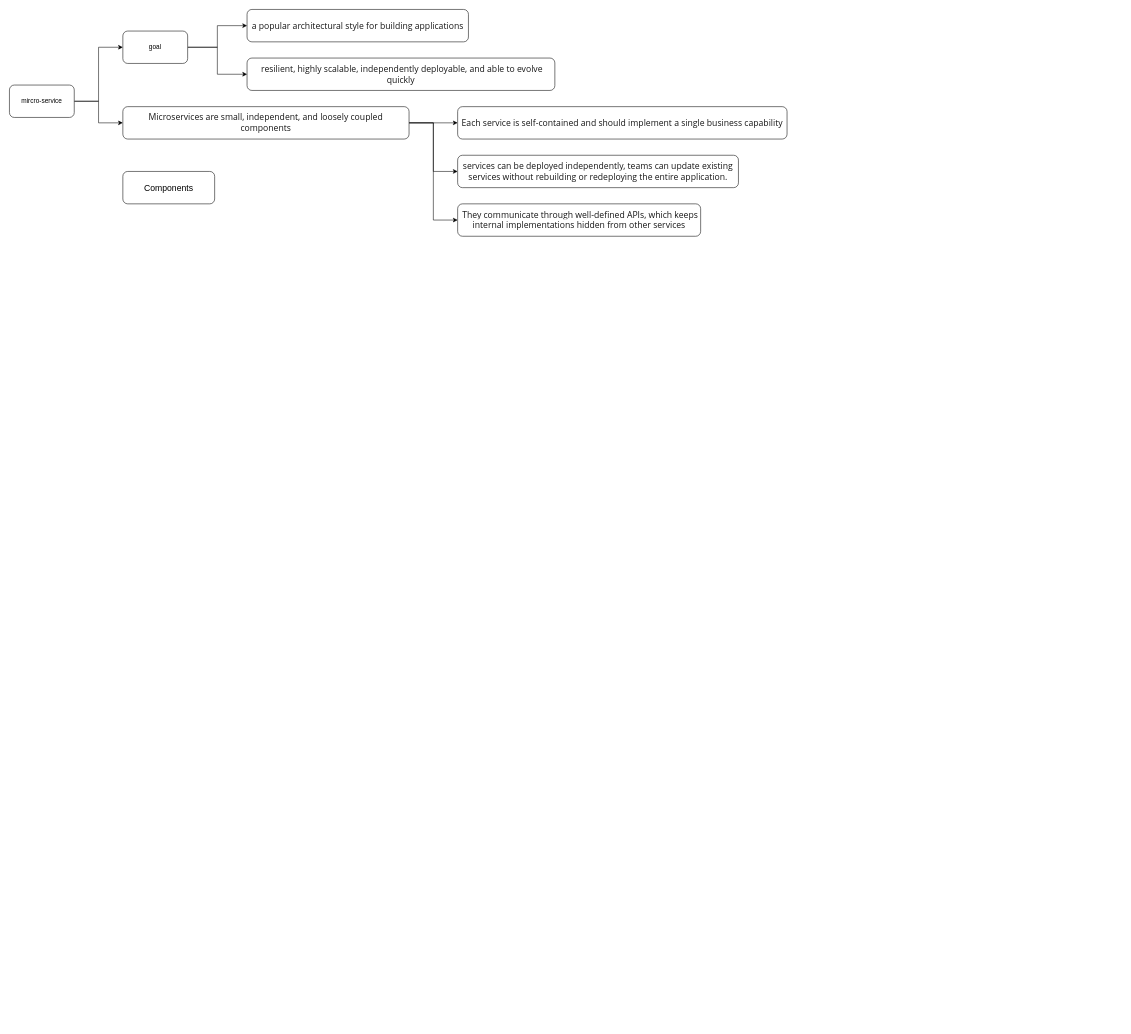
Before: Untitled Diagram.drawio in Yupeng-2001/study-notes, a draw.io diagram. Source tidied: cells renumbered, new cells numbered last; positions are measured from the earlier drawing's top-left corner, leaving out a move shared by most shapes. Both pictures are drawn from the tidied source at 54%, with x=0, y=0 at pixel (9, 9).
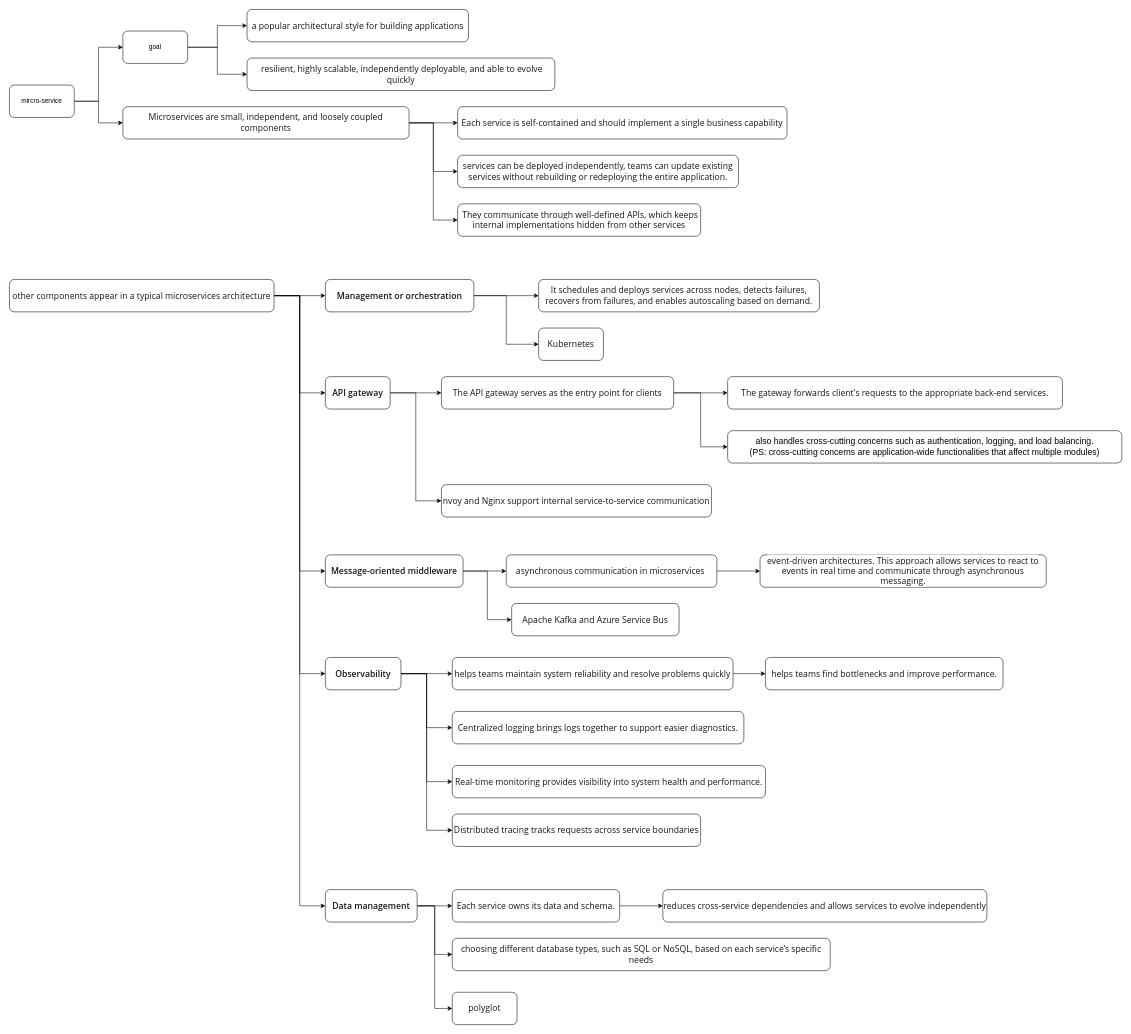
The same page after the edit.

What changed in the source:
```diff
@@
-    <mxCell id="17" value="Components" style="rounded=1;whiteSpace=wrap;html=1;align=center;verticalAlign=middle;fontSize=16;" parent="1" vertex="1">
-      <mxGeometry x="210" y="300" width="170" height="60" as="geometry" />
-    </mxCell>
+    <mxCell id="18" style="edgeStyle=orthogonalEdgeStyle;rounded=0;jettySize=auto;html=1;entryX=0;entryY=0.5;entryDx=0;entryDy=0;" parent="1" edge="1" source="23" target="26">
+      <mxGeometry relative="1" as="geometry" />
+    </mxCell>
+    <mxCell id="19" style="edgeStyle=orthogonalEdgeStyle;rounded=0;jettySize=auto;html=1;entryX=0;entryY=0.5;entryDx=0;entryDy=0;" parent="1" edge="1" source="23" target="30">
+      <mxGeometry relative="1" as="geometry" />
+    </mxCell>
+    <mxCell id="20" style="edgeStyle=orthogonalEdgeStyle;rounded=0;jettySize=auto;html=1;entryX=0;entryY=0.5;entryDx=0;entryDy=0;" parent="1" edge="1" source="23" target="40">
+      <mxGeometry relative="1" as="geometry" />
+    </mxCell>
+    <mxCell id="21" style="edgeStyle=orthogonalEdgeStyle;rounded=0;jettySize=auto;html=1;entryX=0;entryY=0.5;entryDx=0;entryDy=0;" parent="1" edge="1" source="23" target="49">
+      <mxGeometry relative="1" as="geometry" />
+    </mxCell>
+    <mxCell id="22" style="edgeStyle=orthogonalEdgeStyle;rounded=0;jettySize=auto;html=1;entryX=0;entryY=0.5;entryDx=0;entryDy=0;" parent="1" edge="1" source="23" target="59">
+      <mxGeometry relative="1" as="geometry" />
+    </mxCell>
+    <mxCell id="23" value="&lt;span style=&quot;color: rgb(22, 22, 22); font-family: &amp;quot;Segoe UI&amp;quot;, &amp;quot;Segoe UI Variable Text&amp;quot;, -apple-system, BlinkMacSystemFont, &amp;quot;Helvetica Neue&amp;quot;, Helvetica, Arial, sans-serif; font-size: 16px; text-align: start; background-color: rgb(255, 255, 255);&quot;&gt;other components appear in a typical microservices architecture&lt;/span&gt;" style="rounded=1;whiteSpace=wrap;html=1;" parent="1" vertex="1">
+      <mxGeometry y="500" width="490" height="60" as="geometry" />
+    </mxCell>
+    <mxCell id="24" style="edgeStyle=orthogonalEdgeStyle;rounded=0;jettySize=auto;html=1;" parent="1" edge="1" source="26" target="27">
+      <mxGeometry relative="1" as="geometry" />
+    </mxCell>
+    <mxCell id="25" style="edgeStyle=orthogonalEdgeStyle;rounded=0;jettySize=auto;html=1;entryX=0;entryY=0.5;entryDx=0;entryDy=0;" parent="1" edge="1" source="26" target="36">
+      <mxGeometry relative="1" as="geometry" />
+    </mxCell>
+    <mxCell id="26" value="&lt;span style=&quot;box-sizing: inherit; outline-color: inherit; font-weight: 600; color: rgb(22, 22, 22); font-family: &amp;quot;Segoe UI&amp;quot;, &amp;quot;Segoe UI Variable Text&amp;quot;, -apple-system, BlinkMacSystemFont, &amp;quot;Helvetica Neue&amp;quot;, Helvetica, Arial, sans-serif; font-size: 16px; text-align: start; background-color: rgb(255, 255, 255);&quot;&gt;Management or orchestration&lt;/span&gt;" style="rounded=1;whiteSpace=wrap;html=1;" parent="1" vertex="1">
+      <mxGeometry x="585" y="500" width="275" height="60" as="geometry" />
+    </mxCell>
+    <mxCell id="27" value="&lt;span style=&quot;color: rgb(22, 22, 22); font-family: &amp;quot;Segoe UI&amp;quot;, &amp;quot;Segoe UI Variable Text&amp;quot;, -apple-system, BlinkMacSystemFont, &amp;quot;Helvetica Neue&amp;quot;, Helvetica, Arial, sans-serif; font-size: 16px; text-align: start; background-color: rgb(255, 255, 255);&quot;&gt;It schedules and deploys services across nodes, detects failures, recovers from failures, and enables autoscaling based on demand.&lt;/span&gt;" style="rounded=1;whiteSpace=wrap;html=1;" parent="1" vertex="1">
+      <mxGeometry x="980" y="500" width="520" height="60" as="geometry" />
+    </mxCell>
+    <mxCell id="28" style="edgeStyle=orthogonalEdgeStyle;rounded=0;jettySize=auto;html=1;entryX=0;entryY=0.5;entryDx=0;entryDy=0;" parent="1" edge="1" source="30" target="33">
+      <mxGeometry relative="1" as="geometry" />
+    </mxCell>
+    <mxCell id="29" style="edgeStyle=orthogonalEdgeStyle;rounded=0;jettySize=auto;html=1;entryX=0;entryY=0.5;entryDx=0;entryDy=0;" parent="1" edge="1" source="30" target="37">
+      <mxGeometry relative="1" as="geometry" />
+    </mxCell>
+    <mxCell id="30" value="&lt;span style=&quot;box-sizing: inherit; outline-color: inherit; font-weight: 600; color: rgb(22, 22, 22); font-family: &amp;quot;Segoe UI&amp;quot;, &amp;quot;Segoe UI Variable Text&amp;quot;, -apple-system, BlinkMacSystemFont, &amp;quot;Helvetica Neue&amp;quot;, Helvetica, Arial, sans-serif; font-size: 16px; text-align: start; background-color: rgb(255, 255, 255);&quot;&gt;API gateway&lt;/span&gt;" style="rounded=1;whiteSpace=wrap;html=1;" parent="1" vertex="1">
+      <mxGeometry x="585" y="680" width="120" height="60" as="geometry" />
+    </mxCell>
+    <mxCell id="31" style="edgeStyle=orthogonalEdgeStyle;rounded=0;jettySize=auto;html=1;" parent="1" edge="1" source="33" target="34">
+      <mxGeometry relative="1" as="geometry" />
+    </mxCell>
+    <mxCell id="32" style="edgeStyle=orthogonalEdgeStyle;rounded=0;jettySize=auto;html=1;entryX=0;entryY=0.5;entryDx=0;entryDy=0;" parent="1" edge="1" source="33" target="35">
+      <mxGeometry relative="1" as="geometry" />
+    </mxCell>
+    <mxCell id="33" value="&lt;span style=&quot;color: rgb(22, 22, 22); font-family: &amp;quot;Segoe UI&amp;quot;, &amp;quot;Segoe UI Variable Text&amp;quot;, -apple-system, BlinkMacSystemFont, &amp;quot;Helvetica Neue&amp;quot;, Helvetica, Arial, sans-serif; font-size: 16px; text-align: start; background-color: rgb(255, 255, 255);&quot;&gt;The API gateway serves as the entry point for clients&lt;/span&gt;" style="rounded=1;whiteSpace=wrap;html=1;" parent="1" vertex="1">
+      <mxGeometry x="800" y="680" width="430" height="60" as="geometry" />
+    </mxCell>
+    <mxCell id="34" value="&lt;span style=&quot;color: rgb(22, 22, 22); font-family: &amp;quot;Segoe UI&amp;quot;, &amp;quot;Segoe UI Variable Text&amp;quot;, -apple-system, BlinkMacSystemFont, &amp;quot;Helvetica Neue&amp;quot;, Helvetica, Arial, sans-serif; font-size: 16px; text-align: start; background-color: rgb(255, 255, 255);&quot;&gt;The gateway forwards client's requests to the appropriate back-end services.&lt;/span&gt;" style="rounded=1;whiteSpace=wrap;html=1;" parent="1" vertex="1">
+      <mxGeometry x="1330" y="680" width="620" height="60" as="geometry" />
+    </mxCell>
+    <mxCell id="35" value="also handles cross-cutting concerns such as authentication, logging, and load balancing.&lt;br&gt;(PS: cross-cutting concerns are application-wide functionalities that affect multiple modules)" style="rounded=1;whiteSpace=wrap;html=1;fontSize=16;" parent="1" vertex="1">
+      <mxGeometry x="1330" y="780" width="730" height="60" as="geometry" />
+    </mxCell>
+    <mxCell id="36" value="&lt;span style=&quot;color: rgb(22, 22, 22); font-family: &amp;quot;Segoe UI&amp;quot;, &amp;quot;Segoe UI Variable Text&amp;quot;, -apple-system, BlinkMacSystemFont, &amp;quot;Helvetica Neue&amp;quot;, Helvetica, Arial, sans-serif; font-size: 16px; text-align: start; background-color: rgb(255, 255, 255);&quot;&gt;Kubernetes&lt;/span&gt;" style="rounded=1;whiteSpace=wrap;html=1;" parent="1" vertex="1">
+      <mxGeometry x="980" y="590" width="120" height="60" as="geometry" />
+    </mxCell>
+    <mxCell id="37" value="&lt;span style=&quot;color: rgb(22, 22, 22); font-family: &amp;quot;Segoe UI&amp;quot;, &amp;quot;Segoe UI Variable Text&amp;quot;, -apple-system, BlinkMacSystemFont, &amp;quot;Helvetica Neue&amp;quot;, Helvetica, Arial, sans-serif; font-size: 16px; text-align: start; background-color: rgb(255, 255, 255);&quot;&gt;nvoy and Nginx support internal service-to-service communication&lt;/span&gt;" style="rounded=1;whiteSpace=wrap;html=1;" parent="1" vertex="1">
+      <mxGeometry x="800" y="880" width="500" height="60" as="geometry" />
+    </mxCell>
+    <mxCell id="38" style="edgeStyle=orthogonalEdgeStyle;rounded=0;jettySize=auto;html=1;entryX=0;entryY=0.5;entryDx=0;entryDy=0;" parent="1" edge="1" source="40" target="44">
+      <mxGeometry relative="1" as="geometry" />
+    </mxCell>
+    <mxCell id="39" style="edgeStyle=orthogonalEdgeStyle;rounded=0;jettySize=auto;html=1;entryX=0;entryY=0.5;entryDx=0;entryDy=0;" parent="1" edge="1" source="40" target="42">
+      <mxGeometry relative="1" as="geometry" />
+    </mxCell>
+    <mxCell id="40" value="&lt;span style=&quot;box-sizing: inherit; outline-color: inherit; font-weight: 600; color: rgb(22, 22, 22); font-family: &amp;quot;Segoe UI&amp;quot;, &amp;quot;Segoe UI Variable Text&amp;quot;, -apple-system, BlinkMacSystemFont, &amp;quot;Helvetica Neue&amp;quot;, Helvetica, Arial, sans-serif; font-size: 16px; text-align: start; background-color: rgb(255, 255, 255);&quot;&gt;Message-oriented middleware&lt;/span&gt;" style="rounded=1;whiteSpace=wrap;html=1;" parent="1" vertex="1">
+      <mxGeometry x="585" y="1010" width="255" height="60" as="geometry" />
+    </mxCell>
+    <mxCell id="41" value="&lt;span style=&quot;color: rgb(22, 22, 22); font-family: &amp;quot;Segoe UI&amp;quot;, &amp;quot;Segoe UI Variable Text&amp;quot;, -apple-system, BlinkMacSystemFont, &amp;quot;Helvetica Neue&amp;quot;, Helvetica, Arial, sans-serif; font-size: 16px; text-align: start; background-color: rgb(255, 255, 255);&quot;&gt;event-driven architectures. This approach allows services to react to events in real time and communicate through asynchronous messaging.&lt;/span&gt;" style="rounded=1;whiteSpace=wrap;html=1;" parent="1" vertex="1">
+      <mxGeometry x="1390" y="1010" width="530" height="60" as="geometry" />
+    </mxCell>
+    <mxCell id="42" value="&lt;span style=&quot;color: rgb(22, 22, 22); font-family: &amp;quot;Segoe UI&amp;quot;, &amp;quot;Segoe UI Variable Text&amp;quot;, -apple-system, BlinkMacSystemFont, &amp;quot;Helvetica Neue&amp;quot;, Helvetica, Arial, sans-serif; font-size: 16px; text-align: start; background-color: rgb(255, 255, 255);&quot;&gt;Apache Kafka and Azure Service Bus&lt;/span&gt;" style="rounded=1;whiteSpace=wrap;html=1;" parent="1" vertex="1">
+      <mxGeometry x="930" y="1100" width="310" height="60" as="geometry" />
+    </mxCell>
+    <mxCell id="43" style="edgeStyle=orthogonalEdgeStyle;rounded=0;jettySize=auto;html=1;" parent="1" edge="1" source="44" target="41">
+      <mxGeometry relative="1" as="geometry" />
+    </mxCell>
+    <mxCell id="44" value="&lt;span style=&quot;color: rgb(22, 22, 22); font-family: &amp;quot;Segoe UI&amp;quot;, &amp;quot;Segoe UI Variable Text&amp;quot;, -apple-system, BlinkMacSystemFont, &amp;quot;Helvetica Neue&amp;quot;, Helvetica, Arial, sans-serif; font-size: 16px; text-align: start; background-color: rgb(255, 255, 255);&quot;&gt;asynchronous communication in microservices&amp;nbsp;&lt;/span&gt;" style="rounded=1;whiteSpace=wrap;html=1;" parent="1" vertex="1">
+      <mxGeometry x="920" y="1010" width="390" height="60" as="geometry" />
+    </mxCell>
+    <mxCell id="45" style="edgeStyle=orthogonalEdgeStyle;rounded=0;jettySize=auto;html=1;entryX=0;entryY=0.5;entryDx=0;entryDy=0;" parent="1" edge="1" source="49" target="51">
+      <mxGeometry relative="1" as="geometry" />
+    </mxCell>
+    <mxCell id="46" style="edgeStyle=orthogonalEdgeStyle;rounded=0;jettySize=auto;html=1;entryX=0;entryY=0.5;entryDx=0;entryDy=0;" parent="1" edge="1" source="49" target="52">
+      <mxGeometry relative="1" as="geometry" />
+    </mxCell>
+    <mxCell id="47" style="edgeStyle=orthogonalEdgeStyle;rounded=0;jettySize=auto;html=1;entryX=0;entryY=0.5;entryDx=0;entryDy=0;" parent="1" edge="1" source="49" target="53">
+      <mxGeometry relative="1" as="geometry" />
+    </mxCell>
+    <mxCell id="48" style="edgeStyle=orthogonalEdgeStyle;rounded=0;jettySize=auto;html=1;entryX=0;entryY=0.5;entryDx=0;entryDy=0;" parent="1" edge="1" source="49" target="54">
+      <mxGeometry relative="1" as="geometry" />
+    </mxCell>
+    <mxCell id="49" value="&lt;span style=&quot;box-sizing: inherit; outline-color: inherit; font-weight: 600; color: rgb(22, 22, 22); font-family: &amp;quot;Segoe UI&amp;quot;, &amp;quot;Segoe UI Variable Text&amp;quot;, -apple-system, BlinkMacSystemFont, &amp;quot;Helvetica Neue&amp;quot;, Helvetica, Arial, sans-serif; font-size: 16px; text-align: start; background-color: rgb(255, 255, 255);&quot;&gt;Observability&lt;/span&gt;" style="rounded=1;whiteSpace=wrap;html=1;" parent="1" vertex="1">
+      <mxGeometry x="585" y="1200" width="140" height="60" as="geometry" />
+    </mxCell>
+    <mxCell id="50" style="edgeStyle=orthogonalEdgeStyle;rounded=0;jettySize=auto;html=1;" parent="1" edge="1" source="51" target="55">
+      <mxGeometry relative="1" as="geometry" />
+    </mxCell>
+    <mxCell id="51" value="&lt;span style=&quot;color: rgb(22, 22, 22); font-family: &amp;quot;Segoe UI&amp;quot;, &amp;quot;Segoe UI Variable Text&amp;quot;, -apple-system, BlinkMacSystemFont, &amp;quot;Helvetica Neue&amp;quot;, Helvetica, Arial, sans-serif; font-size: 16px; text-align: start; background-color: rgb(255, 255, 255);&quot;&gt;helps teams maintain system reliability and resolve problems quickly&lt;/span&gt;" style="rounded=1;whiteSpace=wrap;html=1;" parent="1" vertex="1">
+      <mxGeometry x="820" y="1200" width="520" height="60" as="geometry" />
+    </mxCell>
+    <mxCell id="52" value="&lt;span style=&quot;color: rgb(22, 22, 22); font-family: &amp;quot;Segoe UI&amp;quot;, &amp;quot;Segoe UI Variable Text&amp;quot;, -apple-system, BlinkMacSystemFont, &amp;quot;Helvetica Neue&amp;quot;, Helvetica, Arial, sans-serif; font-size: 16px; text-align: start; background-color: rgb(255, 255, 255);&quot;&gt;Centralized logging brings logs together to support easier diagnostics.&lt;/span&gt;" style="rounded=1;whiteSpace=wrap;html=1;" parent="1" vertex="1">
+      <mxGeometry x="820" y="1300" width="540" height="60" as="geometry" />
+    </mxCell>
+    <mxCell id="53" value="&lt;span style=&quot;color: rgb(22, 22, 22); font-family: &amp;quot;Segoe UI&amp;quot;, &amp;quot;Segoe UI Variable Text&amp;quot;, -apple-system, BlinkMacSystemFont, &amp;quot;Helvetica Neue&amp;quot;, Helvetica, Arial, sans-serif; font-size: 16px; text-align: start; background-color: rgb(255, 255, 255);&quot;&gt;Real-time monitoring provides visibility into system health and performance.&lt;/span&gt;" style="rounded=1;whiteSpace=wrap;html=1;" parent="1" vertex="1">
+      <mxGeometry x="820" y="1400" width="580" height="60" as="geometry" />
+    </mxCell>
+    <mxCell id="54" value="&lt;span style=&quot;color: rgb(22, 22, 22); font-family: &amp;quot;Segoe UI&amp;quot;, &amp;quot;Segoe UI Variable Text&amp;quot;, -apple-system, BlinkMacSystemFont, &amp;quot;Helvetica Neue&amp;quot;, Helvetica, Arial, sans-serif; font-size: 16px; text-align: start; background-color: rgb(255, 255, 255);&quot;&gt;Distributed tracing tracks requests across service boundaries&lt;/span&gt;" style="rounded=1;whiteSpace=wrap;html=1;" parent="1" vertex="1">
+      <mxGeometry x="820" y="1490" width="460" height="60" as="geometry" />
+    </mxCell>
+    <mxCell id="55" value="&lt;span style=&quot;color: rgb(22, 22, 22); font-family: &amp;quot;Segoe UI&amp;quot;, &amp;quot;Segoe UI Variable Text&amp;quot;, -apple-system, BlinkMacSystemFont, &amp;quot;Helvetica Neue&amp;quot;, Helvetica, Arial, sans-serif; font-size: 16px; text-align: start; background-color: rgb(255, 255, 255);&quot;&gt;helps teams find bottlenecks and improve performance.&lt;/span&gt;" style="rounded=1;whiteSpace=wrap;html=1;" parent="1" vertex="1">
+      <mxGeometry x="1400" y="1200" width="440" height="60" as="geometry" />
+    </mxCell>
+    <mxCell id="56" style="edgeStyle=orthogonalEdgeStyle;rounded=0;jettySize=auto;html=1;entryX=0;entryY=0.5;entryDx=0;entryDy=0;" parent="1" edge="1" source="59" target="61">
+      <mxGeometry relative="1" as="geometry" />
+    </mxCell>
+    <mxCell id="57" style="edgeStyle=orthogonalEdgeStyle;rounded=0;jettySize=auto;html=1;entryX=0;entryY=0.5;entryDx=0;entryDy=0;" parent="1" edge="1" source="59" target="62">
+      <mxGeometry relative="1" as="geometry" />
+    </mxCell>
+    <mxCell id="58" style="edgeStyle=orthogonalEdgeStyle;rounded=0;jettySize=auto;html=1;entryX=0;entryY=0.5;entryDx=0;entryDy=0;" parent="1" edge="1" source="59" target="63">
+      <mxGeometry relative="1" as="geometry" />
+    </mxCell>
+    <mxCell id="59" value="&lt;span style=&quot;box-sizing: inherit; outline-color: inherit; font-weight: 600; color: rgb(22, 22, 22); font-family: &amp;quot;Segoe UI&amp;quot;, &amp;quot;Segoe UI Variable Text&amp;quot;, -apple-system, BlinkMacSystemFont, &amp;quot;Helvetica Neue&amp;quot;, Helvetica, Arial, sans-serif; font-size: 16px; text-align: start; background-color: rgb(255, 255, 255);&quot;&gt;Data management&lt;/span&gt;" style="rounded=1;whiteSpace=wrap;html=1;" parent="1" vertex="1">
+      <mxGeometry x="585" y="1630" width="170" height="60" as="geometry" />
+    </mxCell>
+    <mxCell id="60" style="edgeStyle=orthogonalEdgeStyle;rounded=0;jettySize=auto;html=1;" parent="1" edge="1" source="61" target="64">
+      <mxGeometry relative="1" as="geometry" />
+    </mxCell>
+    <mxCell id="61" value="&lt;span style=&quot;color: rgb(22, 22, 22); font-family: &amp;quot;Segoe UI&amp;quot;, &amp;quot;Segoe UI Variable Text&amp;quot;, -apple-system, BlinkMacSystemFont, &amp;quot;Helvetica Neue&amp;quot;, Helvetica, Arial, sans-serif; font-size: 16px; text-align: start; background-color: rgb(255, 255, 255);&quot;&gt;Each service owns its data and schema.&lt;/span&gt;" style="rounded=1;whiteSpace=wrap;html=1;" parent="1" vertex="1">
+      <mxGeometry x="820" y="1630" width="310" height="60" as="geometry" />
+    </mxCell>
+    <mxCell id="62" value="&lt;span style=&quot;color: rgb(22, 22, 22); font-family: &amp;quot;Segoe UI&amp;quot;, &amp;quot;Segoe UI Variable Text&amp;quot;, -apple-system, BlinkMacSystemFont, &amp;quot;Helvetica Neue&amp;quot;, Helvetica, Arial, sans-serif; font-size: 16px; text-align: start; background-color: rgb(255, 255, 255);&quot;&gt;choosing different database types, such as SQL or NoSQL, based on each service’s specific needs&lt;/span&gt;" style="rounded=1;whiteSpace=wrap;html=1;" parent="1" vertex="1">
+      <mxGeometry x="820" y="1720" width="700" height="60" as="geometry" />
+    </mxCell>
+    <mxCell id="63" value="&lt;span style=&quot;color: rgb(22, 22, 22); font-family: &amp;quot;Segoe UI&amp;quot;, &amp;quot;Segoe UI Variable Text&amp;quot;, -apple-system, BlinkMacSystemFont, &amp;quot;Helvetica Neue&amp;quot;, Helvetica, Arial, sans-serif; font-size: 16px; text-align: start; background-color: rgb(255, 255, 255);&quot;&gt;polyglot&lt;/span&gt;" style="rounded=1;whiteSpace=wrap;html=1;" parent="1" vertex="1">
+      <mxGeometry x="820" y="1820" width="120" height="60" as="geometry" />
+    </mxCell>
+    <mxCell id="64" value="&lt;span style=&quot;color: rgb(22, 22, 22); font-family: &amp;quot;Segoe UI&amp;quot;, &amp;quot;Segoe UI Variable Text&amp;quot;, -apple-system, BlinkMacSystemFont, &amp;quot;Helvetica Neue&amp;quot;, Helvetica, Arial, sans-serif; font-size: 16px; text-align: start; background-color: rgb(255, 255, 255);&quot;&gt;reduces cross-service dependencies and allows services to evolve independently&lt;/span&gt;" style="rounded=1;whiteSpace=wrap;html=1;" parent="1" vertex="1">
+      <mxGeometry x="1210" y="1630" width="600" height="60" as="geometry" />
+    </mxCell>
```
